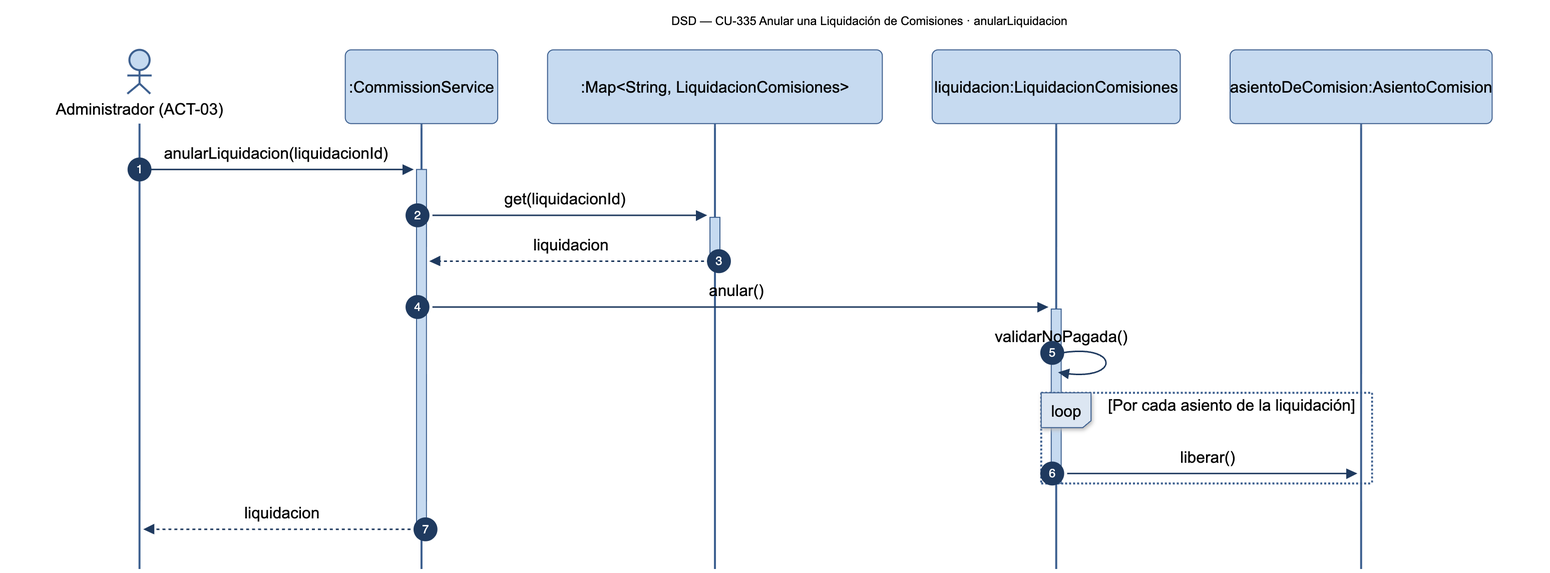
The Mermaid diagram diagramas/png/DSD_CU-335_anularLiquidacion.png in Nahuelito-Dev/splg-docs, before a commit. Its source is kept beside it as diagramas/DSD_CU-335_anularLiquidacion.mmd.
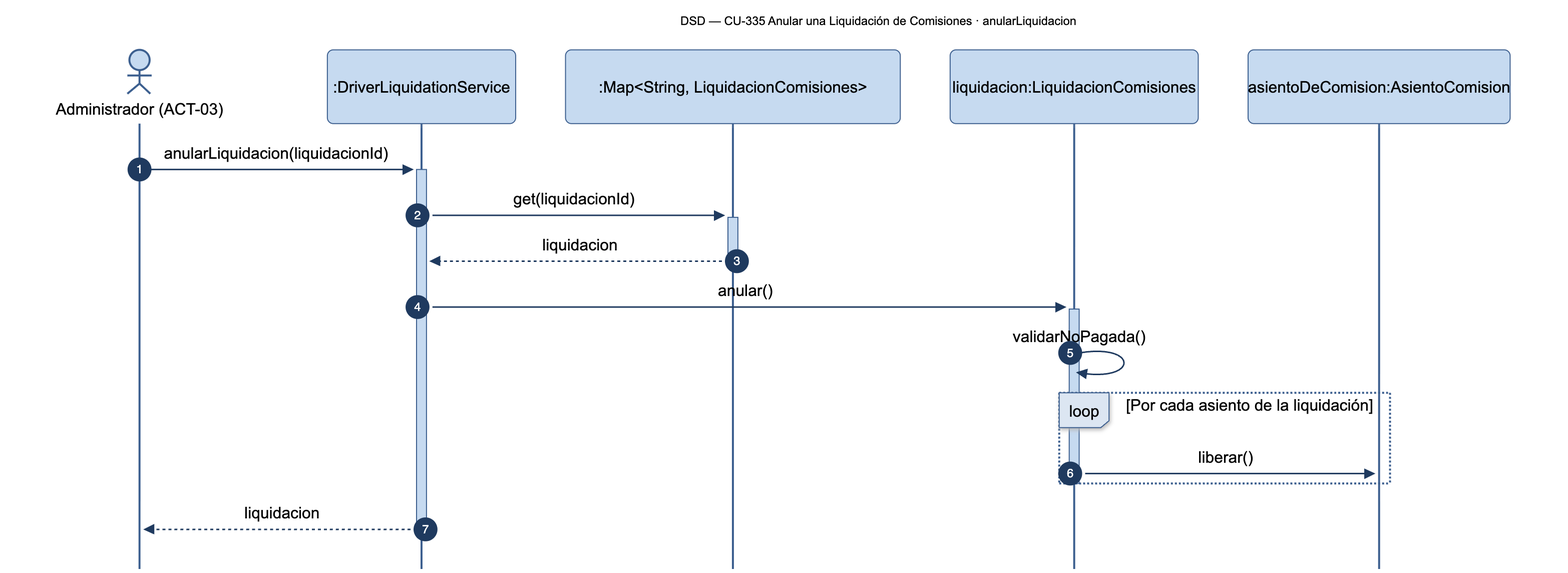
The same file after the commit.

The edit, as a diff of the source:
```diff
@@ -2,7 +2,7 @@
     title DSD — CU-335 Anular una Liquidación de Comisiones · anularLiquidacion
     autonumber
     actor ADM as Administrador (ACT-03)
-    participant SRV as :CommissionService
+    participant SRV as :DriverLiquidationService
     participant LIQS as :Map#lt;String, LiquidacionComisiones#gt;
     participant LIQ as liquidacion:LiquidacionComisiones
     participant ASI as asientoDeComision:AsientoComision
```
